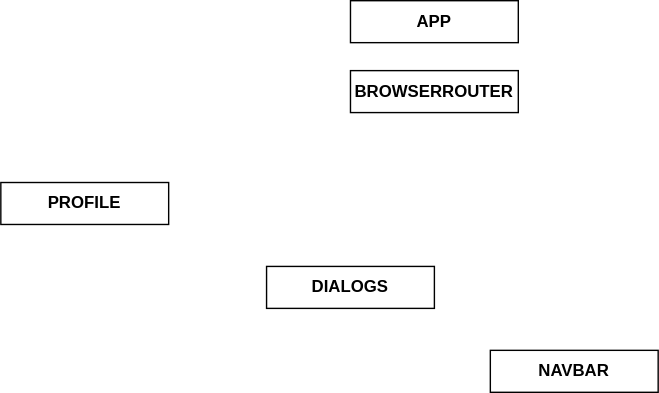
Earlier version of the draw.io export structure.drawio.svg (Valkiria0000/social). Source tidied: cells renumbered, new cells last; positions are measured from the earlier drawing's top-left corner, leaving out a move shared by most shapes. Its diagram source:
```xml
<mxGraphModel>
  <root>
    <mxCell id="0" />
    <mxCell id="1" parent="0" />
    <mxCell id="2" value="&lt;b&gt;APP&lt;/b&gt;" style="rounded=0;whiteSpace=wrap;html=1;" parent="1" vertex="1">
      <mxGeometry x="250" width="120" height="30" as="geometry" />
    </mxCell>
    <mxCell id="3" value="&lt;b&gt;BROWSERROUTER&lt;/b&gt;" style="rounded=0;whiteSpace=wrap;html=1;" parent="1" vertex="1">
      <mxGeometry x="250" y="50" width="120" height="30" as="geometry" />
    </mxCell>
    <mxCell id="4" value="&lt;b&gt;PROFILE&lt;/b&gt;" style="rounded=0;whiteSpace=wrap;html=1;" parent="1" vertex="1">
      <mxGeometry y="130" width="120" height="30" as="geometry" />
    </mxCell>
    <mxCell id="5" value="&lt;b&gt;DIALOGS&lt;/b&gt;" style="rounded=0;whiteSpace=wrap;html=1;" parent="1" vertex="1">
      <mxGeometry x="190" y="190" width="120" height="30" as="geometry" />
    </mxCell>
    <mxCell id="6" value="&lt;b&gt;NAVBAR&lt;/b&gt;" style="rounded=0;whiteSpace=wrap;html=1;" parent="1" vertex="1">
      <mxGeometry x="350" y="250" width="120" height="30" as="geometry" />
    </mxCell>
  </root>
</mxGraphModel>
```
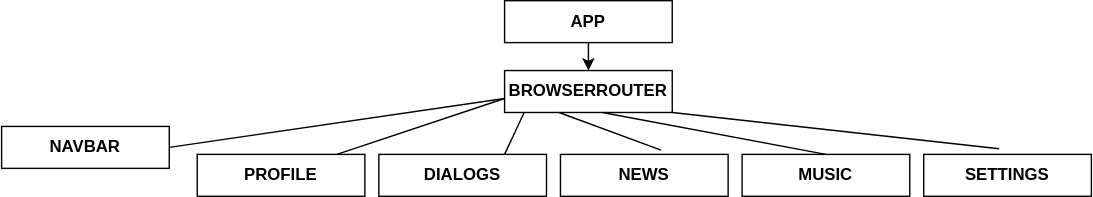
After the commit.

What changed in the source:
```diff
@@ -2,6 +2,9 @@
   <root>
     <mxCell id="0" />
     <mxCell id="1" parent="0" />
+    <mxCell id="7" style="edgeStyle=orthogonalEdgeStyle;rounded=0;jettySize=auto;html=1;exitX=0.5;exitY=1;exitDx=0;exitDy=0;entryX=0.5;entryY=0;entryDx=0;entryDy=0;" parent="1" edge="1" source="2" target="3">
+      <mxGeometry relative="1" as="geometry" />
+    </mxCell>
     <mxCell id="2" value="&lt;b&gt;APP&lt;/b&gt;" style="rounded=0;whiteSpace=wrap;html=1;" parent="1" vertex="1">
       <mxGeometry x="250" width="120" height="30" as="geometry" />
     </mxCell>
@@ -9,13 +12,50 @@
       <mxGeometry x="250" y="50" width="120" height="30" as="geometry" />
     </mxCell>
     <mxCell id="4" value="&lt;b&gt;PROFILE&lt;/b&gt;" style="rounded=0;whiteSpace=wrap;html=1;" parent="1" vertex="1">
-      <mxGeometry y="130" width="120" height="30" as="geometry" />
+      <mxGeometry x="30" y="110" width="120" height="30" as="geometry" />
     </mxCell>
     <mxCell id="5" value="&lt;b&gt;DIALOGS&lt;/b&gt;" style="rounded=0;whiteSpace=wrap;html=1;" parent="1" vertex="1">
-      <mxGeometry x="190" y="190" width="120" height="30" as="geometry" />
+      <mxGeometry x="160" y="110" width="120" height="30" as="geometry" />
     </mxCell>
     <mxCell id="6" value="&lt;b&gt;NAVBAR&lt;/b&gt;" style="rounded=0;whiteSpace=wrap;html=1;" parent="1" vertex="1">
-      <mxGeometry x="350" y="250" width="120" height="30" as="geometry" />
+      <mxGeometry x="-110" y="90" width="120" height="30" as="geometry" />
     </mxCell>
+    <mxCell id="8" value="&lt;b&gt;NEWS&lt;/b&gt;" style="rounded=0;whiteSpace=wrap;html=1;" parent="1" vertex="1">
+      <mxGeometry x="290" y="110" width="120" height="30" as="geometry" />
+    </mxCell>
+    <mxCell id="9" value="&lt;b&gt;MUSIC&lt;/b&gt;" style="rounded=0;whiteSpace=wrap;html=1;" parent="1" vertex="1">
+      <mxGeometry x="420" y="110" width="120" height="30" as="geometry" />
+    </mxCell>
+    <mxCell id="10" value="&lt;b&gt;SETTINGS&lt;/b&gt;" style="rounded=0;whiteSpace=wrap;html=1;" parent="1" vertex="1">
+      <mxGeometry x="550" y="110" width="120" height="30" as="geometry" />
+    </mxCell>
+    <mxCell id="11" style="endArrow=none;html=1;rounded=0;exitX=1;exitY=0.5;exitDx=0;exitDy=0;" parent="1" edge="1" source="6">
+      <mxGeometry relative="1" as="geometry">
+        <mxPoint x="250" y="70" as="targetPoint" />
+      </mxGeometry>
+    </mxCell>
+    <mxCell id="12" style="endArrow=none;html=1;rounded=0;exitX=0.833;exitY=0;exitDx=0;exitDy=0;exitPerimeter=0;" parent="1" edge="1" source="4">
+      <mxGeometry relative="1" as="geometry">
+        <mxPoint x="250" y="70" as="targetPoint" />
+      </mxGeometry>
+    </mxCell>
+    <mxCell id="13" style="endArrow=none;html=1;rounded=0;exitX=0.75;exitY=0;exitDx=0;exitDy=0;" parent="1" edge="1" source="5">
+      <mxGeometry relative="1" as="geometry">
+        <mxPoint x="264" y="80" as="targetPoint" />
+      </mxGeometry>
+    </mxCell>
+    <mxCell id="14" style="endArrow=none;html=1;rounded=0;exitX=0.6;exitY=-0.1;exitDx=0;exitDy=0;exitPerimeter=0;" parent="1" edge="1" source="8">
+      <mxGeometry relative="1" as="geometry">
+        <mxPoint x="289" y="80" as="targetPoint" />
+      </mxGeometry>
+    </mxCell>
+    <mxCell id="15" style="endArrow=none;html=1;rounded=0;exitX=0.5;exitY=0;exitDx=0;exitDy=0;exitPerimeter=0;" parent="1" edge="1" source="9">
+      <mxGeometry relative="1" as="geometry">
+        <mxPoint x="320" y="80" as="targetPoint" />
+      </mxGeometry>
+    </mxCell>
+    <mxCell id="16" style="endArrow=none;html=1;rounded=0;entryX=1;entryY=1;entryDx=0;entryDy=0;exitX=0.45;exitY=-0.133;exitDx=0;exitDy=0;exitPerimeter=0;" parent="1" edge="1" source="10" target="3">
+      <mxGeometry relative="1" as="geometry" />
+    </mxCell>
   </root>
 </mxGraphModel>
```
